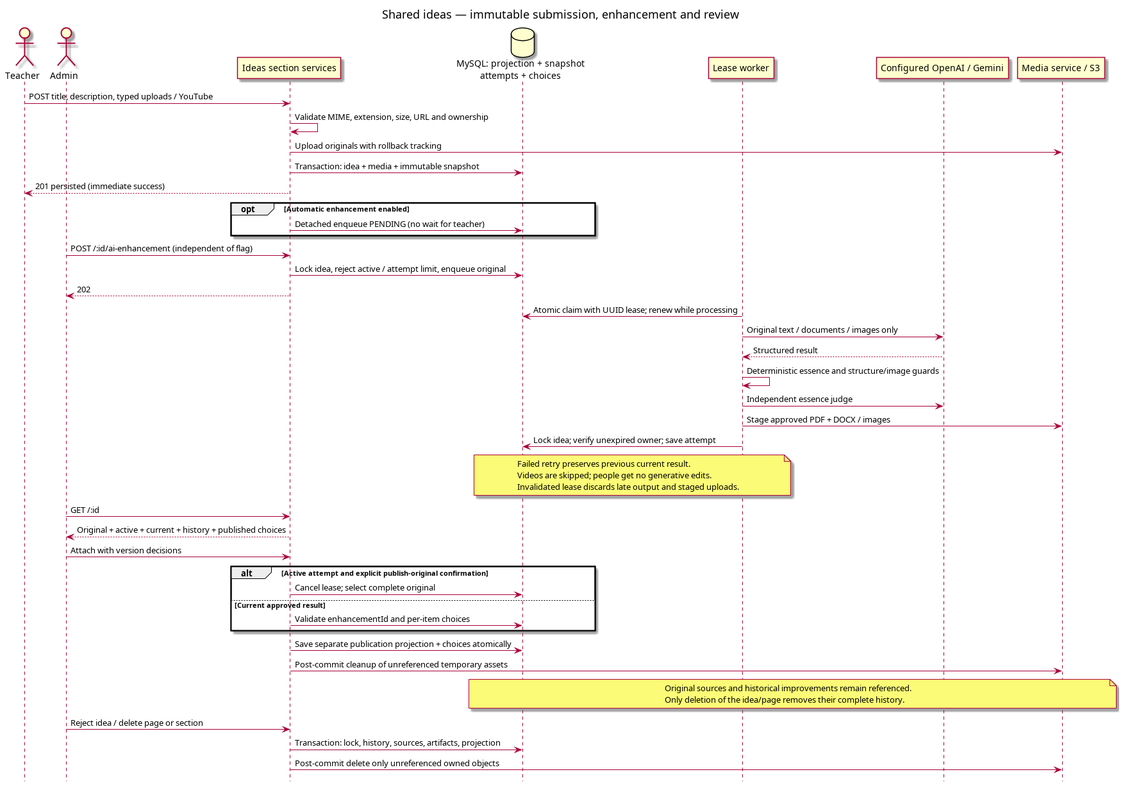
ministerioclubinhos/clubinhonib-api keeps this PlantUML diagram as docs/diagrams/flow/ideas-sections/ideas-sections-flow.png. Above is the earlier version. Its source is kept beside it as docs/diagrams/flow/ideas-sections/ideas-sections-flow.puml.
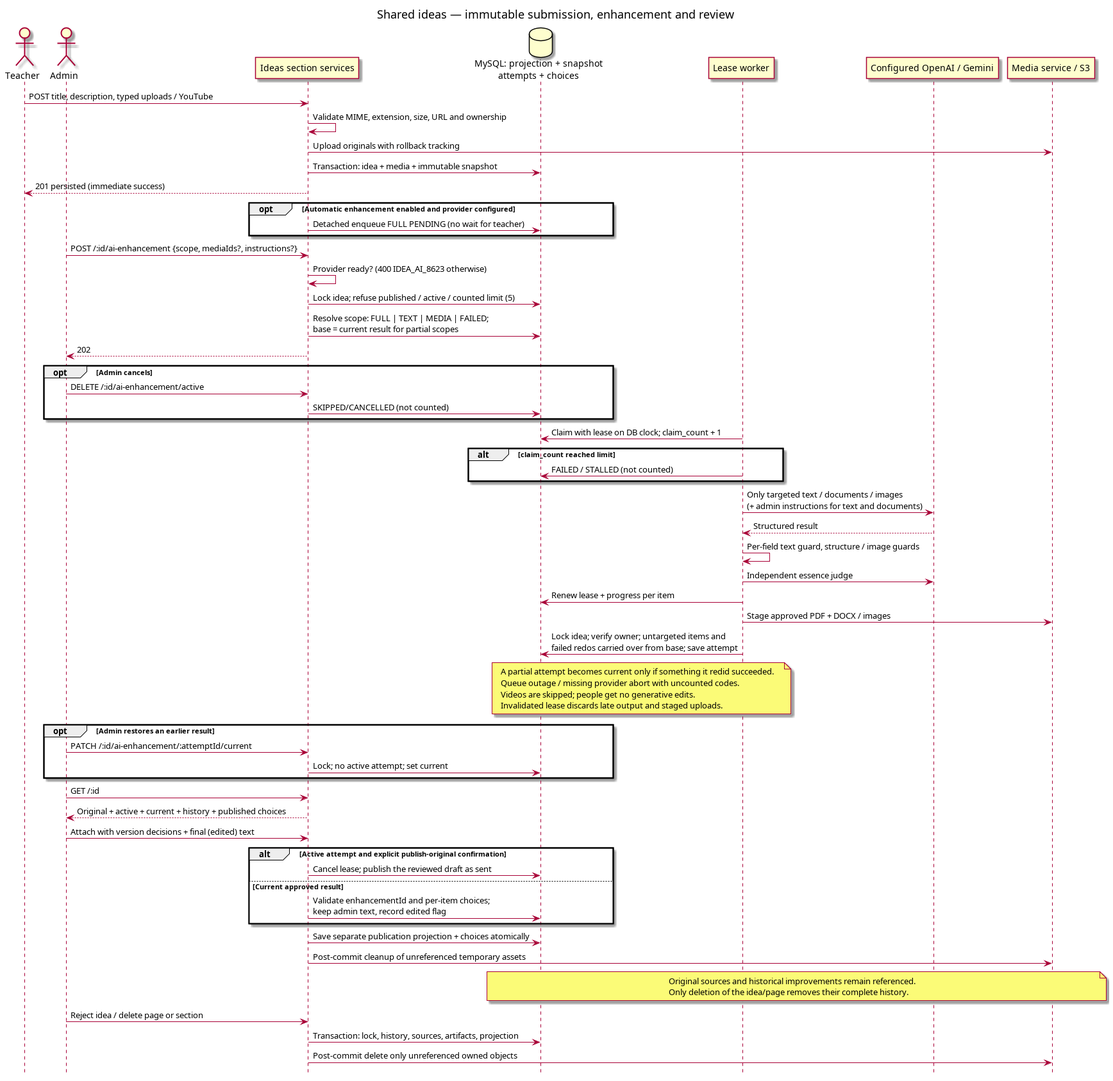
After the change.

What changed in the source:
```diff
@@ -13,31 +13,46 @@
 API -> S3 : Upload originals with rollback tracking
 API -> DB : Transaction: idea + media + immutable snapshot
 API --> Teacher : 201 persisted (immediate success)
-opt Automatic enhancement enabled
- API -> DB : Detached enqueue PENDING (no wait for teacher)
+opt Automatic enhancement enabled and provider configured
+ API -> DB : Detached enqueue FULL PENDING (no wait for teacher)
 end
-Admin -> API : POST /:id/ai-enhancement (independent of flag)
-API -> DB : Lock idea, reject active / attempt limit, enqueue original
+Admin -> API : POST /:id/ai-enhancement {scope, mediaIds?, instructions?}
+API -> API : Provider ready? (400 IDEA_AI_8623 otherwise)
+API -> DB : Lock idea; refuse published / active / counted limit (5)
+API -> DB : Resolve scope: FULL | TEXT | MEDIA | FAILED;\nbase = current result for partial scopes
 API --> Admin : 202
-Worker -> DB : Atomic claim with UUID lease; renew while processing
-Worker -> AI : Original text / documents / images only
+opt Admin cancels
+ Admin -> API : DELETE /:id/ai-enhancement/active
+ API -> DB : SKIPPED/CANCELLED (not counted)
+end
+Worker -> DB : Claim with lease on DB clock; claim_count + 1
+alt claim_count reached limit
+ Worker -> DB : FAILED / STALLED (not counted)
+end
+Worker -> AI : Only targeted text / documents / images\n(+ admin instructions for text and documents)
 AI --> Worker : Structured result
-Worker -> Worker : Deterministic essence and structure/image guards
+Worker -> Worker : Per-field text guard, structure / image guards
 Worker -> AI : Independent essence judge
+Worker -> DB : Renew lease + progress per item
 Worker -> S3 : Stage approved PDF + DOCX / images
-Worker -> DB : Lock idea; verify unexpired owner; save attempt
+Worker -> DB : Lock idea; verify owner; untargeted items and\nfailed redos carried over from base; save attempt
 note over Worker,DB
- Failed retry preserves previous current result.
+ A partial attempt becomes current only if something it redid succeeded.
+ Queue outage / missing provider abort with uncounted codes.
  Videos are skipped; people get no generative edits.
  Invalidated lease discards late output and staged uploads.
 end note
+opt Admin restores an earlier result
+ Admin -> API : PATCH /:id/ai-enhancement/:attemptId/current
+ API -> DB : Lock; no active attempt; set current
+end
 Admin -> API : GET /:id
 API --> Admin : Original + active + current + history + published choices
-Admin -> API : Attach with version decisions
+Admin -> API : Attach with version decisions + final (edited) text
 alt Active attempt and explicit publish-original confirmation
- API -> DB : Cancel lease; select complete original
+ API -> DB : Cancel lease; publish the reviewed draft as sent
 else Current approved result
- API -> DB : Validate enhancementId and per-item choices
+ API -> DB : Validate enhancementId and per-item choices;\nkeep admin text, record edited flag
 end
 API -> DB : Save separate publication projection + choices atomically
 API -> S3 : Post-commit cleanup of unreferenced temporary assets
```
